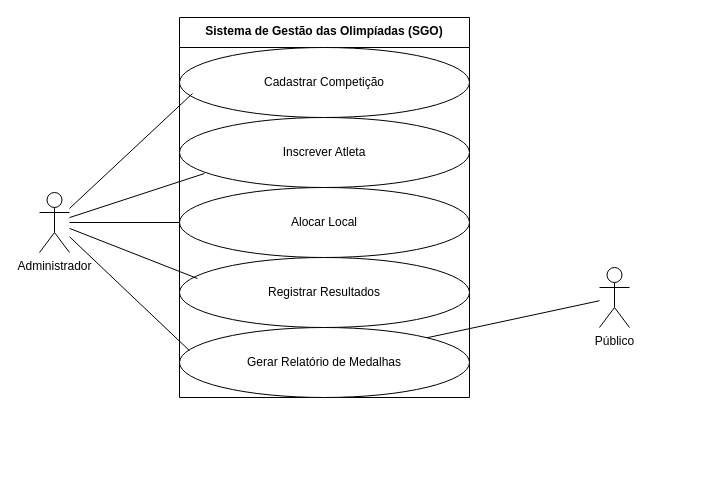
Before: Modelagens/casos-de-uso.drawio in TiagoBoavAmaral/SistemaGestaoOlimpiadas, a draw.io diagram. Source tidied: cells renumbered, new cells numbered last; positions are measured from the earlier drawing's top-left corner, leaving out a move shared by most shapes. Both pictures are drawn from the tidied source at 100%, with x=0, y=0 at pixel (39, 17).
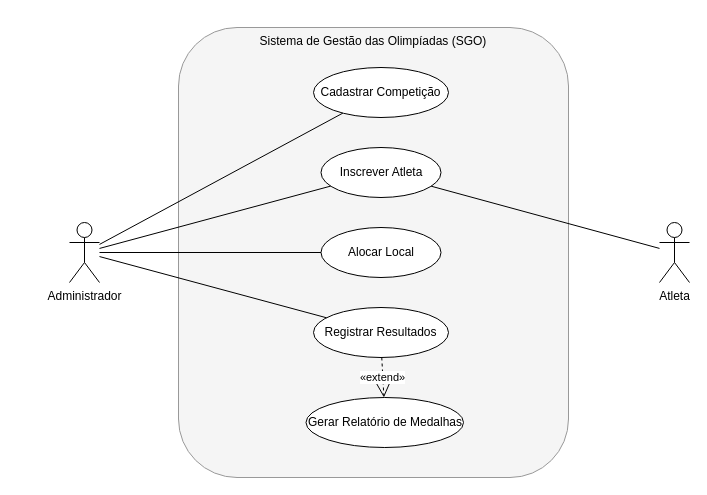
After the change.

What changed in the source:
```diff
@@
 <mxGraphModel>
   <root>
     <mxCell id="0" />
     <mxCell id="1" parent="0" />
-    <mxCell id="2" value="Administrador" style="shape=umlActor;verticalLabelPosition=bottom;verticalAlign=top;html=1;outlineConnect=0;" parent="1" vertex="1">
-      <mxGeometry y="175" width="30" height="60" as="geometry" />
+    <mxCell id="2" value="Administrador" style="shape=umlActor;verticalLabelPosition=bottom;verticalAlign=top;html=1;" parent="1" vertex="1">
+      <mxGeometry x="30" y="205" width="30" height="60" as="geometry" />
     </mxCell>
-    <mxCell id="3" value="Público" style="shape=umlActor;verticalLabelPosition=bottom;verticalAlign=top;html=1;outlineConnect=0;" parent="1" vertex="1">
-      <mxGeometry x="560" y="250" width="30" height="60" as="geometry" />
-    </mxCell>
+    <mxCell id="16" value="Atleta" style="shape=umlActor;verticalLabelPosition=bottom;verticalAlign=top;html=1;" parent="1" vertex="1">
+      <mxGeometry x="620" y="205" width="30" height="60" as="geometry" />
+    </mxCell>
-    <mxCell id="4" value="Sistema de Gestão das Olimpíadas (SGO)" style="swimlane;fontStyle=1;align=center;verticalAlign=top;horizontal=1;startSize=30;fillStyle=auto;perimeterSpacing=9;rounded=0;shadow=0;rotation=0;" parent="1" vertex="1">
-      <mxGeometry x="140" width="290" height="380" as="geometry" />
+    <mxCell id="4" value="Sistema de Gestão das Olimpíadas (SGO)" style="rounded=1;whiteSpace=wrap;html=1;verticalAlign=top;align=center;fillColor=#f5f5f5;strokeColor=#999999;" parent="1" vertex="1">
+      <mxGeometry x="139" y="10" width="390" height="450" as="geometry" />
     </mxCell>
     <mxCell id="5" value="Cadastrar Competição" style="ellipse;whiteSpace=wrap;html=1;align=center;" parent="4" vertex="1">
-      <mxGeometry y="30" width="290" height="70" as="geometry" />
+      <mxGeometry x="135" y="40" width="135" height="50" as="geometry" />
     </mxCell>
-    <mxCell id="6" value="Inscrever Atleta" style="ellipse;whiteSpace=wrap;html=1;align=center;fillColor=default;strokeColor=default;verticalAlign=middle;fontFamily=Helvetica;fontSize=12;fontColor=default;" parent="4" vertex="1">
-      <mxGeometry y="100" width="290" height="70" as="geometry" />
+    <mxCell id="6" value="Inscrever Atleta" style="ellipse;whiteSpace=wrap;html=1;align=center;" parent="4" vertex="1">
+      <mxGeometry x="142.5" y="120" width="120" height="50" as="geometry" />
     </mxCell>
     <mxCell id="7" value="Alocar Local" style="ellipse;whiteSpace=wrap;html=1;align=center;" parent="4" vertex="1">
-      <mxGeometry y="170" width="290" height="70" as="geometry" />
+      <mxGeometry x="142.5" y="200" width="120" height="50" as="geometry" />
     </mxCell>
     <mxCell id="8" value="Registrar Resultados" style="ellipse;whiteSpace=wrap;html=1;align=center;" parent="4" vertex="1">
-      <mxGeometry y="240" width="290" height="70" as="geometry" />
+      <mxGeometry x="135" y="280" width="135" height="50" as="geometry" />
     </mxCell>
     <mxCell id="9" value="Gerar Relatório de Medalhas" style="ellipse;whiteSpace=wrap;html=1;align=center;" parent="4" vertex="1">
-      <mxGeometry y="310" width="290" height="70" as="geometry" />
+      <mxGeometry x="127.5" y="370" width="157.5" height="50" as="geometry" />
     </mxCell>
+    <mxCell id="17" value="«extend»" style="dashed=1;endArrow=open;endSize=12;html=1;labelBackgroundColor=#ffffff;" parent="4" edge="1" source="8" target="9">
+      <mxGeometry relative="1" as="geometry" />
+    </mxCell>
-    <mxCell id="10" style="endArrow=none;html=1;rounded=0;entryX=0.045;entryY=0.657;entryDx=0;entryDy=0;entryPerimeter=0;" parent="1" edge="1" source="2" target="5">
+    <mxCell id="10" style="endArrow=none;html=1;" parent="1" edge="1" source="2" target="5">
       <mxGeometry relative="1" as="geometry" />
     </mxCell>
-    <mxCell id="11" style="endArrow=none;html=1;rounded=0;entryX=0.086;entryY=0.8;entryDx=0;entryDy=0;entryPerimeter=0;" parent="1" edge="1" source="2" target="6">
+    <mxCell id="11" style="endArrow=none;html=1;" parent="1" edge="1" source="2" target="6">
       <mxGeometry relative="1" as="geometry" />
     </mxCell>
-    <mxCell id="12" style="endArrow=none;html=1;rounded=0;entryX=0;entryY=0.5;entryDx=0;entryDy=0;" parent="1" edge="1" source="2" target="7">
+    <mxCell id="12" style="endArrow=none;html=1;" parent="1" edge="1" source="2" target="7">
       <mxGeometry relative="1" as="geometry" />
     </mxCell>
-    <mxCell id="13" style="endArrow=none;html=1;rounded=0;entryX=0.062;entryY=0.3;entryDx=0;entryDy=0;entryPerimeter=0;" parent="1" edge="1" source="2" target="8">
+    <mxCell id="13" style="endArrow=none;html=1;" parent="1" edge="1" source="2" target="8">
       <mxGeometry relative="1" as="geometry" />
     </mxCell>
-    <mxCell id="14" style="endArrow=none;html=1;rounded=0;entryX=0.034;entryY=0.329;entryDx=0;entryDy=0;entryPerimeter=0;" parent="1" edge="1" source="2" target="9">
-      <mxGeometry relative="1" as="geometry" />
-    </mxCell>
-    <mxCell id="15" style="endArrow=none;html=1;rounded=0;entryX=1;entryY=0;entryDx=0;entryDy=0;" parent="1" edge="1" source="3" target="9">
-      <mxGeometry relative="1" as="geometry" />
-    </mxCell>
+    <mxCell id="18" style="endArrow=none;html=1;" parent="1" edge="1" source="16" target="6">
+      <mxGeometry relative="1" as="geometry" />
+    </mxCell>
   </root>
 </mxGraphModel>
```
